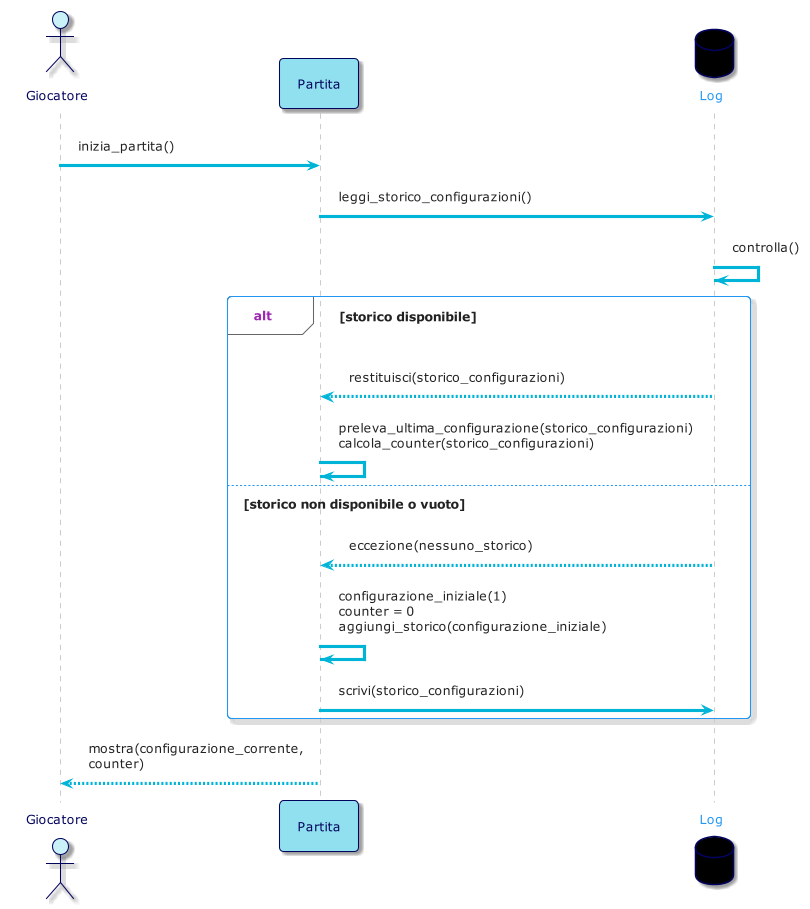
bellins14/klotski_gruppo2 keeps this PlantUML diagram as resources/img/diagrams/InternalSequenceDiagram1.png. Above is the earlier version.
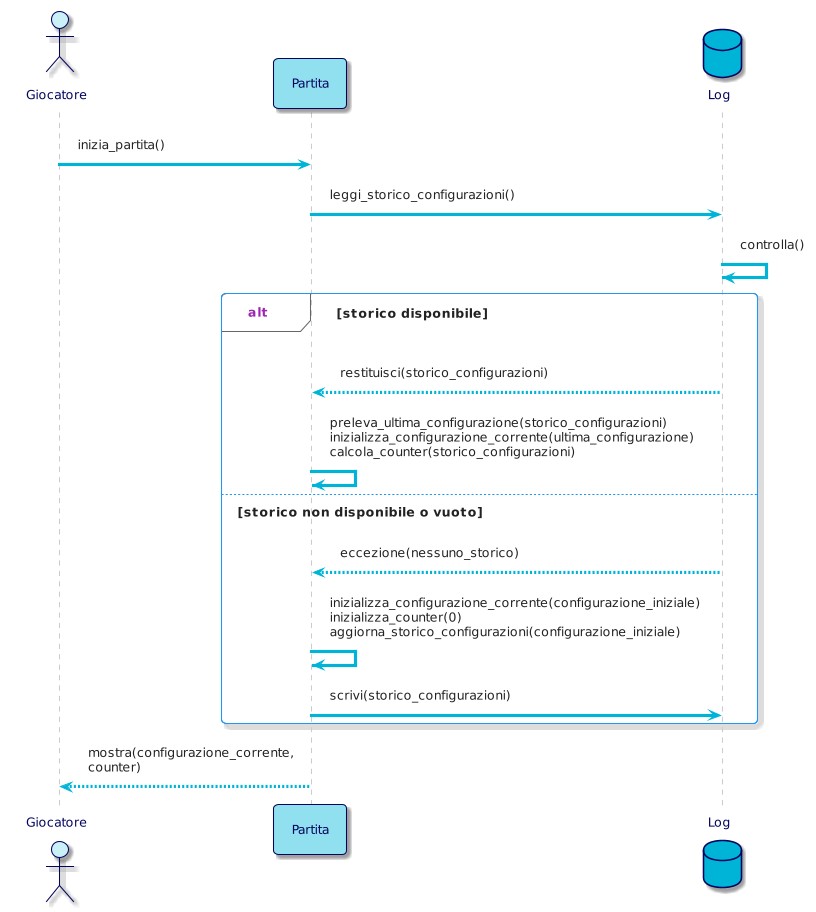
The same file after the commit.

The edit, as a diff of the source:
```diff
@@ -9,7 +9,8 @@
 skinparam ParticipantBorderColor #03045E
 skinparam ParticipantBackgroundColor #90E0EF
 skinparam DatabaseBorderColor #03045E
-skinparam DatabaseBackgroundColor #0
+skinparam DatabaseBackgroundColor #00B4D8
+skinparam DatabaseFontColor #03045E
 skinparam BackgroundColor #FFFFFF
 
 actor Giocatore
@@ -24,14 +25,13 @@
 
 alt storico disponibile
     Log --> Partita: restituisci(storico_configurazioni)
-    Partita -> Partita: preleva_ultima_configurazione(storico_configurazioni) \ncalcola_counter(storico_configurazioni)
+    Partita -> Partita: preleva_ultima_configurazione(storico_configurazioni) \ninizializza_configurazione_corrente(ultima_configurazione) \ncalcola_counter(storico_configurazioni)
 
 else storico non disponibile o vuoto
     Log --> Partita: eccezione(nessuno_storico)
-    Partita -> Partita: configurazione_iniziale(1) \ncounter = 0 \naggiungi_storico(configurazione_iniziale)
+    Partita -> Partita: inizializza_configurazione_corrente(configurazione_iniziale) \ninizializza_counter(0) \naggiorna_storico_configurazioni(configurazione_iniziale)
     Partita -> Log: scrivi(storico_configurazioni)
 end
 
 Partita --> Giocatore: mostra(configurazione_corrente,\ncounter)
-
 @enduml
```
